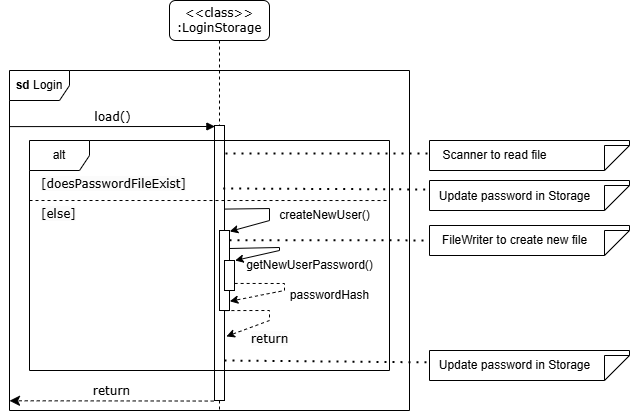
The draw.io diagram docs/Diagrams/Storage/loginStorageSD.png in wongwh2002/CS2113TeamProject, before a commit. Source tidied: cells renumbered, new cells last; positions are measured from the earlier drawing's top-left corner, leaving out a move shared by most shapes.
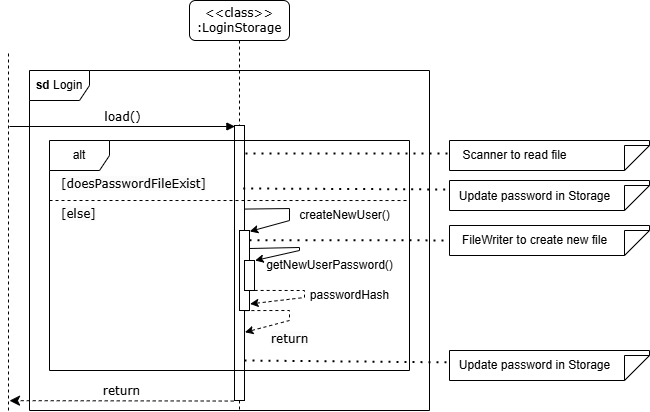
After the commit.

The edit, as a diff of the source:
```diff
@@ -8,15 +8,17 @@
     <mxCell id="3" style="html=1;points=[];perimeter=orthogonalPerimeter;rounded=0;shadow=0;comic=0;labelBackgroundColor=none;strokeWidth=1;fontFamily=Verdana;fontSize=12;align=center;" parent="2" vertex="1">
       <mxGeometry x="45" y="125" width="10" height="275" as="geometry" />
     </mxCell>
-    <mxCell id="4" value="load()" style="html=1;verticalAlign=bottom;endArrow=block;labelBackgroundColor=none;fontFamily=Verdana;fontSize=12;edgeStyle=elbowEdgeStyle;elbow=vertical;entryX=0.039;entryY=0.002;entryDx=0;entryDy=0;entryPerimeter=0;exitX=-0.001;exitY=0.165;exitDx=0;exitDy=0;exitPerimeter=0;" parent="1" edge="1" source="5" target="3">
-      <mxGeometry relative="1" as="geometry" />
+    <mxCell id="4" value="load()" style="html=1;verticalAlign=bottom;endArrow=block;labelBackgroundColor=none;fontFamily=Verdana;fontSize=12;edgeStyle=elbowEdgeStyle;elbow=vertical;entryX=0.039;entryY=0.002;entryDx=0;entryDy=0;entryPerimeter=0;" parent="1" edge="1" target="3">
+      <mxGeometry relative="1" as="geometry">
+        <mxPoint x="-20" y="126" as="sourcePoint" />
+      </mxGeometry>
     </mxCell>
     <mxCell id="5" value="&lt;b&gt;sd&lt;/b&gt; Login" style="shape=umlFrame;whiteSpace=wrap;html=1;" parent="1" vertex="1">
       <mxGeometry y="70" width="400" height="340" as="geometry" />
     </mxCell>
     <mxCell id="6" value="return" style="html=1;verticalAlign=bottom;endArrow=classic;dashed=1;endSize=8;labelBackgroundColor=none;fontFamily=Verdana;fontSize=12;edgeStyle=elbowEdgeStyle;elbow=vertical;endFill=1;exitX=-0.078;exitY=1.002;exitDx=0;exitDy=0;exitPerimeter=0;" parent="1" edge="1" source="3">
       <mxGeometry relative="1" as="geometry">
-        <mxPoint y="400" as="targetPoint" />
+        <mxPoint x="-20" y="400" as="targetPoint" />
       </mxGeometry>
     </mxCell>
     <mxCell id="7" value="alt" style="shape=umlFrame;whiteSpace=wrap;html=1;" parent="1" vertex="1">
@@ -64,15 +66,16 @@
     <mxCell id="16" value="getNewUserPassword()" style="text;html=1;align=center;verticalAlign=middle;strokeColor=none;fillColor=none;" parent="1" vertex="1">
       <mxGeometry x="225" y="250" width="150" height="30" as="geometry" />
     </mxCell>
-    <mxCell id="17" style="endArrow=classic;html=1;rounded=0;entryX=1.028;entryY=0.885;entryDx=0;entryDy=0;entryPerimeter=0;dashed=1;exitX=1.013;exitY=0.765;exitDx=0;exitDy=0;exitPerimeter=0;" parent="1" edge="1" source="14" target="11">
+    <mxCell id="17" style="endArrow=classic;html=1;rounded=0;entryX=1.06;entryY=0.918;entryDx=0;entryDy=0;entryPerimeter=0;dashed=1;exitX=1.013;exitY=0.765;exitDx=0;exitDy=0;exitPerimeter=0;" parent="1" edge="1" target="11">
       <mxGeometry relative="1" as="geometry">
+        <mxPoint x="225.1" y="289.9" as="sourcePoint" />
         <Array as="points">
-          <mxPoint x="275" y="283" />
           <mxPoint x="275" y="290" />
+          <mxPoint x="275" y="297" />
         </Array>
       </mxGeometry>
     </mxCell>
-    <mxCell id="18" style="endArrow=classic;html=1;rounded=0;exitX=0.591;exitY=1.001;exitDx=0;exitDy=0;exitPerimeter=0;entryX=1.186;entryY=0.767;entryDx=0;entryDy=0;entryPerimeter=0;dashed=1;" parent="1" edge="1" source="11" target="3">
+    <mxCell id="18" style="endArrow=classic;html=1;rounded=0;exitX=0.591;exitY=1.001;exitDx=0;exitDy=0;exitPerimeter=0;entryX=1.044;entryY=0.752;entryDx=0;entryDy=0;entryPerimeter=0;dashed=1;" parent="1" edge="1" source="11" target="3">
       <mxGeometry relative="1" as="geometry">
         <Array as="points">
           <mxPoint x="260" y="310" />
@@ -131,5 +134,11 @@
         <mxPoint x="220" y="239.7" as="sourcePoint" />
       </mxGeometry>
     </mxCell>
+    <mxCell id="33" style="endArrow=none;dashed=1;html=1;rounded=0;" parent="1" edge="1">
+      <mxGeometry relative="1" as="geometry">
+        <mxPoint x="-21" y="410" as="sourcePoint" />
+        <mxPoint x="-21" y="50" as="targetPoint" />
+      </mxGeometry>
+    </mxCell>
   </root>
 </mxGraphModel>
```
